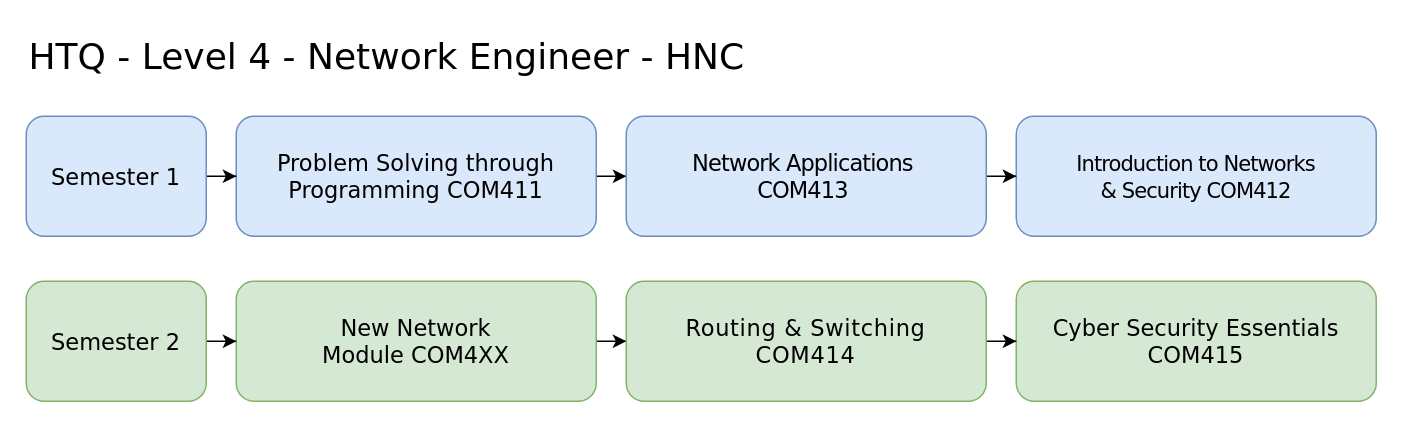
Above: page "HTQ-Networker" (3 of 3) of HTQ.drawio in martinsolent/solent_diagrams (draw.io), before the change. Source tidied: cells renumbered, new cells numbered last; positions are measured from the earlier drawing's top-left corner, leaving out a move shared by most shapes. Both pictures are drawn from the tidied source at 150%, with x=0, y=0 at pixel (26, 26).
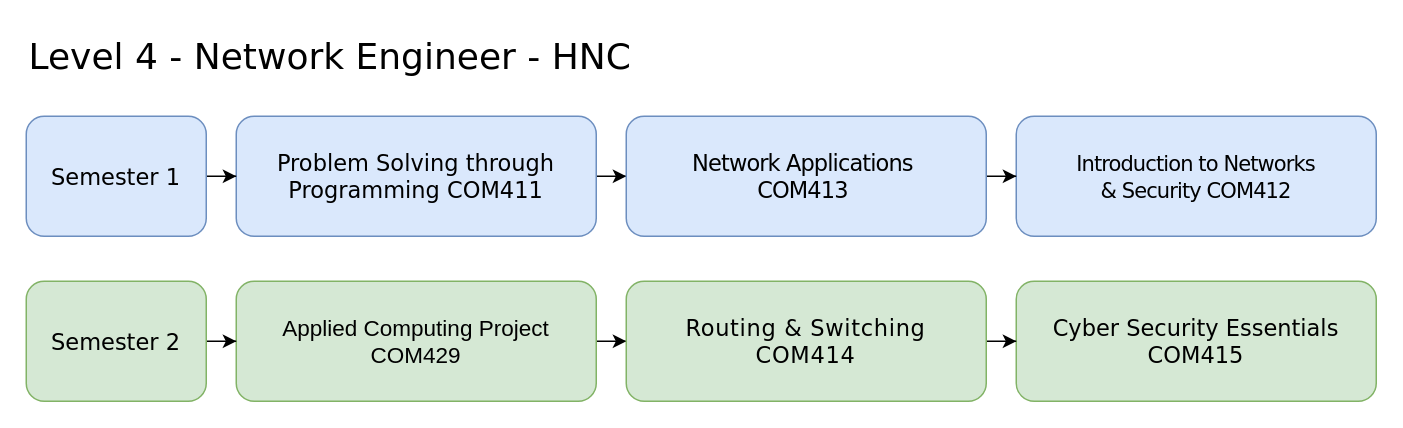
Above is the later version.

What changed in the source:
```diff
@@
 <mxGraphModel>
   <root>
     <mxCell id="0" />
     <mxCell id="1" parent="0" />
     <mxCell id="2" style="edgeStyle=orthogonalEdgeStyle;rounded=0;jettySize=auto;html=1;fontFamily=Verdana;fontSize=24;fontColor=#000000;" parent="1" edge="1" source="3" target="11">
       <mxGeometry relative="1" as="geometry" />
     </mxCell>
     <mxCell id="3" value="&lt;font face=&quot;Verdana&quot;&gt;Problem Solving through Programming COM411&lt;/font&gt;" style="rounded=1;whiteSpace=wrap;html=1;fontSize=15;labelBackgroundColor=none;fillColor=#dae8fc;strokeColor=#6c8ebf;" parent="1" vertex="1">
       <mxGeometry x="140" y="60" width="240" height="80" as="geometry" />
     </mxCell>
     <mxCell id="4" style="edgeStyle=orthogonalEdgeStyle;rounded=0;jettySize=auto;html=1;fontFamily=Verdana;fontSize=24;fontColor=#000000;" parent="1" edge="1" source="5" target="8">
       <mxGeometry relative="1" as="geometry" />
     </mxCell>
-    <mxCell id="5" value="&lt;div style=&quot;&quot;&gt;&lt;font face=&quot;Verdana&quot;&gt;New Network &lt;br&gt;Module COM4XX&lt;/font&gt;&lt;br&gt;&lt;/div&gt;" style="rounded=1;whiteSpace=wrap;html=1;fontSize=15;align=center;fillColor=#d5e8d4;strokeColor=#82b366;" parent="1" vertex="1">
+    <mxCell id="5" value="&lt;div style=&quot;&quot;&gt;&lt;font style=&quot;font-size: 15px;&quot;&gt;Applied Computing Project COM429&lt;/font&gt;&lt;br&gt;&lt;/div&gt;" style="rounded=1;whiteSpace=wrap;html=1;fontSize=15;align=center;fillColor=#d5e8d4;strokeColor=#82b366;" parent="1" vertex="1">
       <mxGeometry x="140" y="170" width="240" height="80" as="geometry" />
     </mxCell>
     <mxCell id="6" value="&lt;font face=&quot;Verdana&quot;&gt;Cyber Security Essentials COM415&lt;/font&gt;" style="rounded=1;whiteSpace=wrap;html=1;fontSize=15;fillColor=#d5e8d4;strokeColor=#82b366;" parent="1" vertex="1">
       <mxGeometry x="660" y="170" width="240" height="80" as="geometry" />
     </mxCell>
     <mxCell id="7" style="edgeStyle=orthogonalEdgeStyle;rounded=0;jettySize=auto;html=1;fontFamily=Verdana;fontSize=24;fontColor=#000000;" parent="1" edge="1" source="8" target="6">
       <mxGeometry relative="1" as="geometry" />
     </mxCell>
     <mxCell id="8" value="&lt;div style=&quot;line-height: 1.2;&quot;&gt;&lt;div style=&quot;&quot;&gt;&lt;span style=&quot;letter-spacing: 0.45px; background-color: initial;&quot;&gt;&lt;font style=&quot;font-size: 15px;&quot; face=&quot;Verdana&quot;&gt;Routing &amp;amp; Switching&lt;/font&gt;&lt;/span&gt;&lt;/div&gt;&lt;font style=&quot;font-size: 15px;&quot; face=&quot;Verdana&quot;&gt;&lt;div style=&quot;&quot;&gt;&lt;span style=&quot;letter-spacing: 0.45px; background-color: initial;&quot;&gt;COM414&lt;/span&gt;&lt;/div&gt;&lt;/font&gt;&lt;/div&gt;" style="rounded=1;whiteSpace=wrap;html=1;fontSize=15;fillColor=#d5e8d4;strokeColor=#82b366;align=center;" parent="1" vertex="1">
       <mxGeometry x="400" y="170" width="240" height="80" as="geometry" />
     </mxCell>
     <mxCell id="9" value="&lt;font style=&quot;line-height: 1.2;&quot; face=&quot;Verdana&quot;&gt;&lt;span style=&quot;font-size: 14px; letter-spacing: -0.6px;&quot;&gt;Introduction to Networks &lt;br&gt;&amp;amp; Security&amp;nbsp;&lt;/span&gt;&lt;span style=&quot;font-size: 14px; letter-spacing: -0.6px;&quot;&gt;COM412&lt;br&gt;&lt;/span&gt;&lt;/font&gt;" style="rounded=1;whiteSpace=wrap;html=1;fontSize=15;align=center;fillColor=#dae8fc;strokeColor=#6c8ebf;" parent="1" vertex="1">
       <mxGeometry x="660" y="60" width="240" height="80" as="geometry" />
     </mxCell>
     <mxCell id="10" style="edgeStyle=orthogonalEdgeStyle;rounded=0;jettySize=auto;html=1;fontFamily=Verdana;fontSize=24;fontColor=#000000;" parent="1" edge="1" source="11" target="9">
       <mxGeometry relative="1" as="geometry" />
     </mxCell>
     <mxCell id="11" value="&lt;div style=&quot;&quot;&gt;&lt;font face=&quot;Verdana&quot;&gt;&lt;span style=&quot;letter-spacing: -0.6px;&quot;&gt;Network Applications&amp;nbsp;&lt;/span&gt;&lt;br&gt;&lt;/font&gt;&lt;/div&gt;&lt;span style=&quot;letter-spacing: -0.6px;&quot;&gt;&lt;font face=&quot;Verdana&quot;&gt;COM413&amp;nbsp;&lt;/font&gt;&lt;/span&gt;" style="rounded=1;whiteSpace=wrap;html=1;fontSize=15;align=center;fillColor=#dae8fc;strokeColor=#6c8ebf;" parent="1" vertex="1">
       <mxGeometry x="400" y="60" width="240" height="80" as="geometry" />
     </mxCell>
-    <mxCell id="12" value="HTQ - Level 4 - Network Engineer - HNC" style="text;whiteSpace=wrap;html=1;fontSize=24;fontFamily=Verdana;fontColor=#000000;" parent="1" vertex="1">
+    <mxCell id="12" value="Level 4 - Network Engineer - HNC" style="text;whiteSpace=wrap;html=1;fontSize=24;fontFamily=Verdana;fontColor=#000000;" parent="1" vertex="1">
       <mxGeometry width="530" height="30" as="geometry" />
     </mxCell>
     <mxCell id="13" style="edgeStyle=orthogonalEdgeStyle;rounded=0;jettySize=auto;html=1;fontFamily=Verdana;fontSize=24;fontColor=#000000;" parent="1" edge="1" source="14" target="3">
       <mxGeometry relative="1" as="geometry" />
     </mxCell>
     <mxCell id="14" value="&lt;font face=&quot;Verdana&quot;&gt;Semester 1&lt;/font&gt;" style="rounded=1;whiteSpace=wrap;html=1;fontSize=15;labelBackgroundColor=none;fillColor=#dae8fc;strokeColor=#6c8ebf;" parent="1" vertex="1">
       <mxGeometry y="60" width="120" height="80" as="geometry" />
     </mxCell>
     <mxCell id="15" style="edgeStyle=orthogonalEdgeStyle;rounded=0;jettySize=auto;html=1;fontFamily=Verdana;fontSize=24;fontColor=#000000;" parent="1" edge="1" source="16" target="5">
       <mxGeometry relative="1" as="geometry" />
     </mxCell>
     <mxCell id="16" value="&lt;font face=&quot;Verdana&quot;&gt;Semester 2&lt;/font&gt;" style="rounded=1;whiteSpace=wrap;html=1;fontSize=15;labelBackgroundColor=none;fillColor=#d5e8d4;strokeColor=#82b366;" parent="1" vertex="1">
       <mxGeometry y="170" width="120" height="80" as="geometry" />
     </mxCell>
   </root>
 </mxGraphModel>
```
